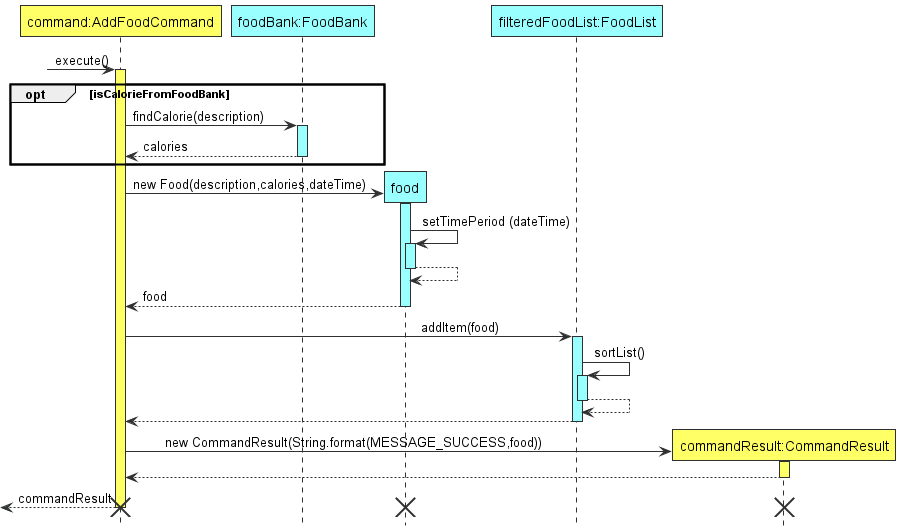
tryyang2001/tp keeps this PlantUML diagram as docs/images/AddFoodItemSequenceDiagram.png. Above is the earlier version.
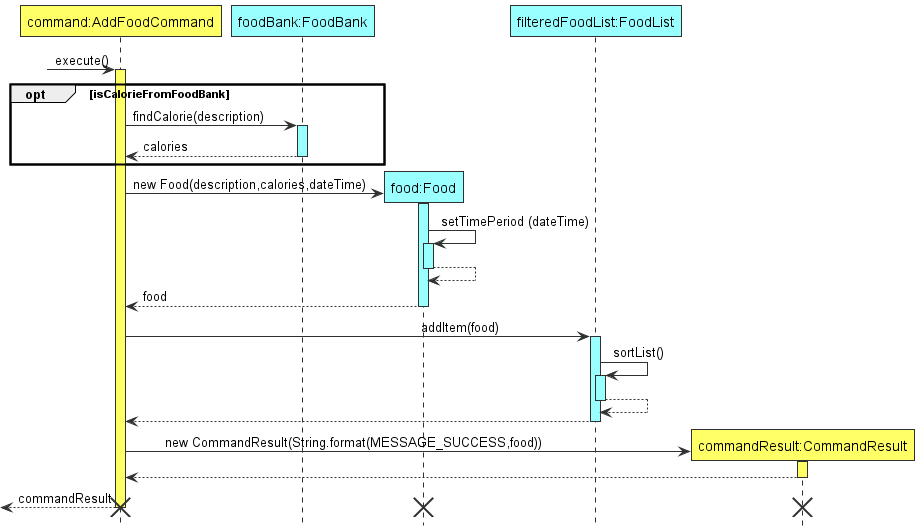
After the commit.

Commit message:
add missing :Food for food object in the diagram

The edit, as a diff of the source:
```diff
@@ -16,7 +16,7 @@
     deactivate FoodBank
 end
 
-create "food" As Food DATA_COLOUR
+create "food:Food" As Food DATA_COLOUR
 AddFoodCommand -> Food ** : new Food(description,calories,dateTime)
 activate Food DATA_COLOUR
 Food -> Food ++ DATA_COLOUR : setTimePeriod (dateTime)
```
